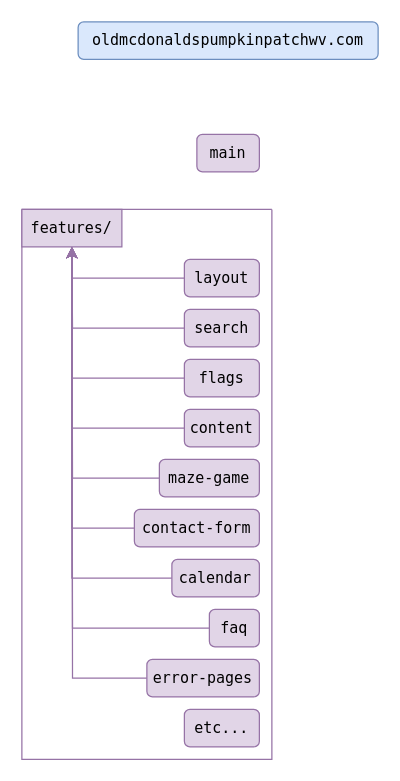
Above: branch-guide-ompp.drawio in macglencoe/diagrams (draw.io), before the change. Source tidied: cells renumbered, new cells numbered last; positions are measured from the earlier drawing's top-left corner, leaving out a move shared by most shapes. Both pictures are drawn from the tidied source at 125%, with x=0, y=0 at pixel (21, 21).
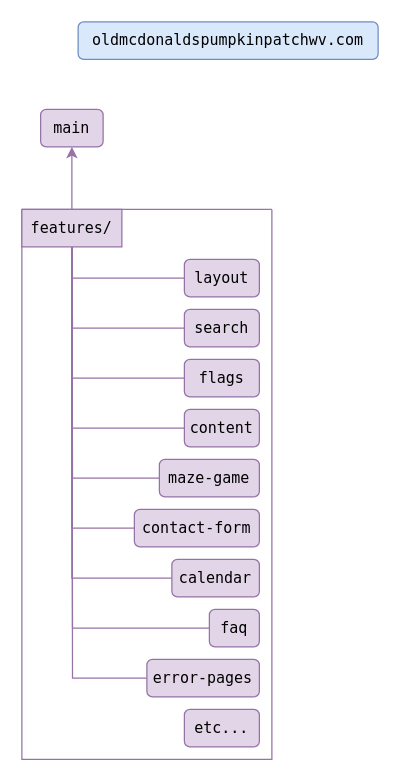
Above is the later version.

Unchanged cells that the change refers to:
```xml
<mxCell id="4" style="swimlane;startSize=0;fillColor=#e1d5e7;strokeColor=#9673a6;" parent="1" vertex="1">
  <mxGeometry y="150" width="200" height="440" as="geometry" />
</mxCell>
<mxCell id="5" value="&lt;font face=&quot;Lucida Console&quot;&gt;features/&lt;/font&gt;" style="rounded=0;whiteSpace=wrap;html=1;fillColor=#e1d5e7;strokeColor=#9673a6;" parent="4" vertex="1">
  <mxGeometry width="80" height="30" as="geometry" />
</mxCell>
<mxCell id="7" value="&lt;font face=&quot;Lucida Console&quot;&gt;layout&lt;/font&gt;" style="rounded=1;whiteSpace=wrap;html=1;fillColor=#e1d5e7;strokeColor=#9673a6;" parent="4" vertex="1">
  <mxGeometry x="130" y="40" width="60" height="30" as="geometry" />
</mxCell>
<mxCell id="9" value="&lt;font face=&quot;Lucida Console&quot;&gt;search&lt;/font&gt;" style="rounded=1;whiteSpace=wrap;html=1;fillColor=#e1d5e7;strokeColor=#9673a6;" parent="4" vertex="1">
  <mxGeometry x="130" y="80" width="60" height="30" as="geometry" />
</mxCell>
<mxCell id="11" value="&lt;font face=&quot;Lucida Console&quot;&gt;flags&lt;/font&gt;" style="rounded=1;whiteSpace=wrap;html=1;fillColor=#e1d5e7;strokeColor=#9673a6;" parent="4" vertex="1">
  <mxGeometry x="130" y="120" width="60" height="30" as="geometry" />
</mxCell>
<mxCell id="13" value="&lt;font face=&quot;Lucida Console&quot;&gt;content&lt;/font&gt;" style="rounded=1;whiteSpace=wrap;html=1;fillColor=#e1d5e7;strokeColor=#9673a6;" parent="4" vertex="1">
  <mxGeometry x="130" y="160" width="60" height="30" as="geometry" />
</mxCell>
<mxCell id="15" value="&lt;font face=&quot;Lucida Console&quot;&gt;maze-game&lt;/font&gt;" style="rounded=1;whiteSpace=wrap;html=1;fillColor=#e1d5e7;strokeColor=#9673a6;" parent="4" vertex="1">
  <mxGeometry x="110" y="200" width="80" height="30" as="geometry" />
</mxCell>
<mxCell id="17" value="&lt;font face=&quot;Lucida Console&quot;&gt;contact-form&lt;/font&gt;" style="rounded=1;whiteSpace=wrap;html=1;fillColor=#e1d5e7;strokeColor=#9673a6;" parent="4" vertex="1">
  <mxGeometry x="90" y="240" width="100" height="30" as="geometry" />
</mxCell>
<mxCell id="19" value="&lt;font face=&quot;Lucida Console&quot;&gt;calendar&lt;/font&gt;" style="rounded=1;whiteSpace=wrap;html=1;fillColor=#e1d5e7;strokeColor=#9673a6;" parent="4" vertex="1">
  <mxGeometry x="120" y="280" width="70" height="30" as="geometry" />
</mxCell>
<mxCell id="21" value="&lt;font face=&quot;Lucida Console&quot;&gt;faq&lt;/font&gt;" style="rounded=1;whiteSpace=wrap;html=1;fillColor=#e1d5e7;strokeColor=#9673a6;" parent="4" vertex="1">
  <mxGeometry x="150" y="320" width="40" height="30" as="geometry" />
</mxCell>
<mxCell id="23" value="&lt;font face=&quot;Lucida Console&quot;&gt;error-pages&lt;/font&gt;" style="rounded=1;whiteSpace=wrap;html=1;fillColor=#e1d5e7;strokeColor=#9673a6;" parent="4" vertex="1">
  <mxGeometry x="100" y="360" width="90" height="30" as="geometry" />
</mxCell>
```

Diff of the diagram source:
```diff
@@
     <mxCell id="2" value="&lt;font face=&quot;Lucida Console&quot;&gt;main&lt;/font&gt;" style="rounded=1;whiteSpace=wrap;html=1;fillColor=#e1d5e7;strokeColor=#9673a6;" parent="1" vertex="1">
-      <mxGeometry x="140" y="90" width="50" height="30" as="geometry" />
+      <mxGeometry x="15" y="70" width="50" height="30" as="geometry" />
     </mxCell>
@@
-    <mxCell id="6" style="edgeStyle=orthogonalEdgeStyle;rounded=0;jettySize=auto;html=1;entryX=0.5;entryY=1;entryDx=0;entryDy=0;fillColor=#e1d5e7;strokeColor=#9673a6;" parent="4" edge="1" source="7" target="5">
+    <mxCell id="6" style="edgeStyle=orthogonalEdgeStyle;rounded=0;jettySize=auto;html=1;entryX=0.5;entryY=1;entryDx=0;entryDy=0;fillColor=#e1d5e7;strokeColor=#9673a6;endArrow=none;endFill=0;" parent="4" edge="1" source="7" target="5">
       <mxGeometry relative="1" as="geometry" />
     </mxCell>
@@
-    <mxCell id="8" style="edgeStyle=orthogonalEdgeStyle;rounded=0;jettySize=auto;html=1;fillColor=#e1d5e7;strokeColor=#9673a6;" parent="4" edge="1" source="9">
+    <mxCell id="8" style="edgeStyle=orthogonalEdgeStyle;rounded=0;jettySize=auto;html=1;fillColor=#e1d5e7;strokeColor=#9673a6;endArrow=none;endFill=0;" parent="4" edge="1" source="9">
       <mxGeometry relative="1" as="geometry">
         <mxPoint x="40" y="30" as="targetPoint" />
       </mxGeometry>
     </mxCell>
@@
-    <mxCell id="10" style="edgeStyle=orthogonalEdgeStyle;rounded=0;jettySize=auto;html=1;entryX=0.5;entryY=1;entryDx=0;entryDy=0;fillColor=#e1d5e7;strokeColor=#9673a6;" parent="4" edge="1" source="11" target="5">
+    <mxCell id="10" style="edgeStyle=orthogonalEdgeStyle;rounded=0;jettySize=auto;html=1;entryX=0.5;entryY=1;entryDx=0;entryDy=0;fillColor=#e1d5e7;strokeColor=#9673a6;endArrow=none;endFill=0;" parent="4" edge="1" source="11" target="5">
       <mxGeometry relative="1" as="geometry" />
     </mxCell>
@@
-    <mxCell id="12" style="edgeStyle=orthogonalEdgeStyle;rounded=0;jettySize=auto;html=1;entryX=0.5;entryY=1;entryDx=0;entryDy=0;fillColor=#e1d5e7;strokeColor=#9673a6;" parent="4" edge="1" source="13" target="5">
+    <mxCell id="12" style="edgeStyle=orthogonalEdgeStyle;rounded=0;jettySize=auto;html=1;entryX=0.5;entryY=1;entryDx=0;entryDy=0;fillColor=#e1d5e7;strokeColor=#9673a6;endArrow=none;endFill=0;" parent="4" edge="1" source="13" target="5">
       <mxGeometry relative="1" as="geometry" />
     </mxCell>
@@
-    <mxCell id="14" style="edgeStyle=orthogonalEdgeStyle;rounded=0;jettySize=auto;html=1;fillColor=#e1d5e7;strokeColor=#9673a6;" parent="4" edge="1" source="15">
+    <mxCell id="14" style="edgeStyle=orthogonalEdgeStyle;rounded=0;jettySize=auto;html=1;fillColor=#e1d5e7;strokeColor=#9673a6;endArrow=none;endFill=0;" parent="4" edge="1" source="15">
       <mxGeometry relative="1" as="geometry">
         <mxPoint x="40" y="30" as="targetPoint" />
       </mxGeometry>
     </mxCell>
@@
-    <mxCell id="16" style="edgeStyle=orthogonalEdgeStyle;rounded=0;jettySize=auto;html=1;entryX=0.5;entryY=1;entryDx=0;entryDy=0;fillColor=#e1d5e7;strokeColor=#9673a6;" parent="4" edge="1" source="17" target="5">
+    <mxCell id="16" style="edgeStyle=orthogonalEdgeStyle;rounded=0;jettySize=auto;html=1;entryX=0.5;entryY=1;entryDx=0;entryDy=0;fillColor=#e1d5e7;strokeColor=#9673a6;endArrow=none;endFill=0;" parent="4" edge="1" source="17" target="5">
       <mxGeometry relative="1" as="geometry" />
     </mxCell>
@@
-    <mxCell id="18" style="edgeStyle=orthogonalEdgeStyle;rounded=0;jettySize=auto;html=1;entryX=0.5;entryY=1;entryDx=0;entryDy=0;fillColor=#e1d5e7;strokeColor=#9673a6;" parent="4" edge="1" source="19" target="5">
+    <mxCell id="18" style="edgeStyle=orthogonalEdgeStyle;rounded=0;jettySize=auto;html=1;entryX=0.5;entryY=1;entryDx=0;entryDy=0;fillColor=#e1d5e7;strokeColor=#9673a6;endArrow=none;endFill=0;" parent="4" edge="1" source="19" target="5">
       <mxGeometry relative="1" as="geometry" />
     </mxCell>
@@
-    <mxCell id="20" style="edgeStyle=orthogonalEdgeStyle;rounded=0;jettySize=auto;html=1;fillColor=#e1d5e7;strokeColor=#9673a6;" parent="4" edge="1" source="21">
+    <mxCell id="20" style="edgeStyle=orthogonalEdgeStyle;rounded=0;jettySize=auto;html=1;fillColor=#e1d5e7;strokeColor=#9673a6;endArrow=none;endFill=0;" parent="4" edge="1" source="21">
       <mxGeometry relative="1" as="geometry">
         <mxPoint x="40" y="30" as="targetPoint" />
       </mxGeometry>
     </mxCell>
@@
-    <mxCell id="22" style="edgeStyle=orthogonalEdgeStyle;rounded=0;jettySize=auto;html=1;fillColor=#e1d5e7;strokeColor=#9673a6;" parent="4" edge="1" source="23">
+    <mxCell id="22" style="edgeStyle=orthogonalEdgeStyle;rounded=0;jettySize=auto;html=1;fillColor=#e1d5e7;strokeColor=#9673a6;endArrow=none;endFill=0;" parent="4" edge="1" source="23">
       <mxGeometry relative="1" as="geometry">
         <mxPoint x="40" y="30" as="targetPoint" />
       </mxGeometry>
     </mxCell>
@@
+    <mxCell id="25" style="edgeStyle=orthogonalEdgeStyle;rounded=0;jettySize=auto;html=1;entryX=0.5;entryY=1;entryDx=0;entryDy=0;fillColor=#e1d5e7;strokeColor=#9673a6;" parent="1" edge="1" source="5" target="2">
+      <mxGeometry relative="1" as="geometry" />
+    </mxCell>
```
